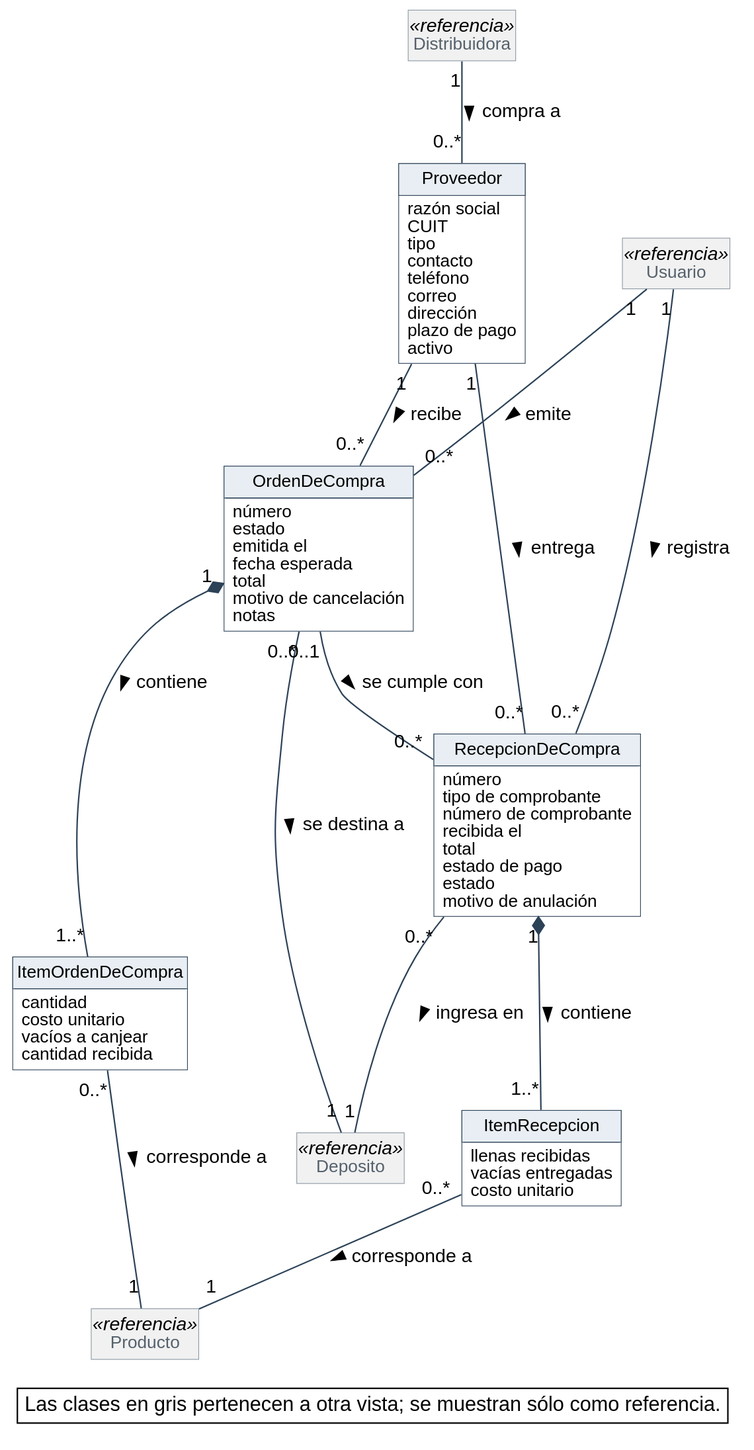
The PlantUML diagram diagramas/modelo-conceptual/MC_Compras.svg in Nahuelito-Dev/splg-docs, before a commit. Source of this version:
```plantuml
@startuml
skinparam backgroundColor #FFFFFF
skinparam shadowing false
skinparam defaultFontName Helvetica
skinparam defaultFontSize 13
skinparam dpi 150
skinparam nodesep 40
skinparam ranksep 55
skinparam classAttributeIconSize 0
skinparam roundCorner 0
skinparam class {
  BorderColor #2C4257
  BackgroundColor #FFFFFF
  ArrowColor #2C4257
  FontSize 14
  AttributeFontSize 12
  HeaderBackgroundColor #E8EEF3
}
skinparam class<<referencia>> {
  BackgroundColor #F1F1F1
  BorderColor #8A97A3
  FontColor #55616C
}
skinparam note {
  BackgroundColor #FFFFFF
  BorderColor #2C4257
}
skinparam packageStyle rectangle
skinparam package {
  BorderColor #8A97A3
  FontSize 13
  FontColor #55616C
}
hide circle
hide methods
hide empty members

class Proveedor {
  razón social
  CUIT
  tipo
  contacto
  teléfono
  correo
  dirección
  plazo de pago
  activo
}
class OrdenDeCompra {
  número
  estado
  emitida el
  fecha esperada
  total
  motivo de cancelación
  notas
}
class ItemOrdenDeCompra {
  cantidad
  costo unitario
  vacíos a canjear
  cantidad recibida
}
class RecepcionDeCompra {
  número
  tipo de comprobante
  número de comprobante
  recibida el
  total
  estado de pago
  estado
  motivo de anulación
}
class ItemRecepcion {
  llenas recibidas
  vacías entregadas
  costo unitario
}
class Deposito <<referencia>>
class Producto <<referencia>>
class Usuario <<referencia>>
class Distribuidora <<referencia>>


Distribuidora "1" -- "0..*" Proveedor : compra a >
Proveedor "1" -- "0..*" OrdenDeCompra : recibe >
OrdenDeCompra "0..*" -- "1" Deposito : se destina a >
OrdenDeCompra "1" *-- "1..*" ItemOrdenDeCompra : contiene >
ItemOrdenDeCompra "0..*" -- "1" Producto : corresponde a >
Usuario "1" -- "0..*" OrdenDeCompra : emite >
Proveedor "1" -- "0..*" RecepcionDeCompra : entrega >
OrdenDeCompra "0..1" -- "0..*" RecepcionDeCompra : se cumple con >
RecepcionDeCompra "0..*" -- "1" Deposito : ingresa en >
RecepcionDeCompra "1" *-- "1..*" ItemRecepcion : contiene >
ItemRecepcion "0..*" -- "1" Producto : corresponde a >
Usuario "1" -- "0..*" RecepcionDeCompra : registra >

legend bottom right
  Las clases en gris pertenecen a otra vista; se muestran sólo como referencia.
endlegend
@enduml
```
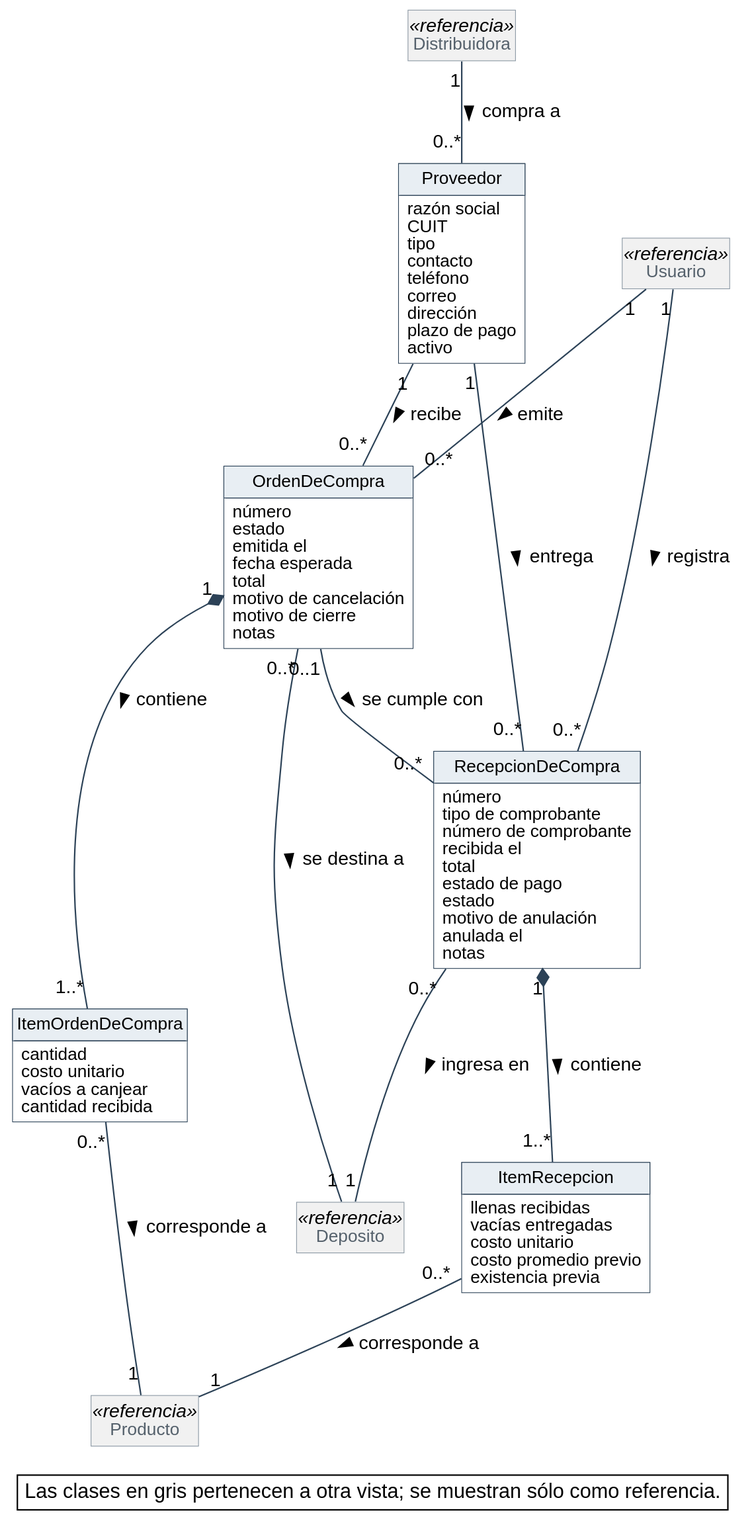
Later version of the same file.

Change to the diagram source:
```diff
@@ -53,6 +53,7 @@
   fecha esperada
   total
   motivo de cancelación
+  motivo de cierre
   notas
 }
 class ItemOrdenDeCompra {
@@ -70,11 +71,15 @@
   estado de pago
   estado
   motivo de anulación
+  anulada el
+  notas
 }
 class ItemRecepcion {
   llenas recibidas
   vacías entregadas
   costo unitario
+  costo promedio previo
+  existencia previa
 }
 class Deposito <<referencia>>
 class Producto <<referencia>>
```
